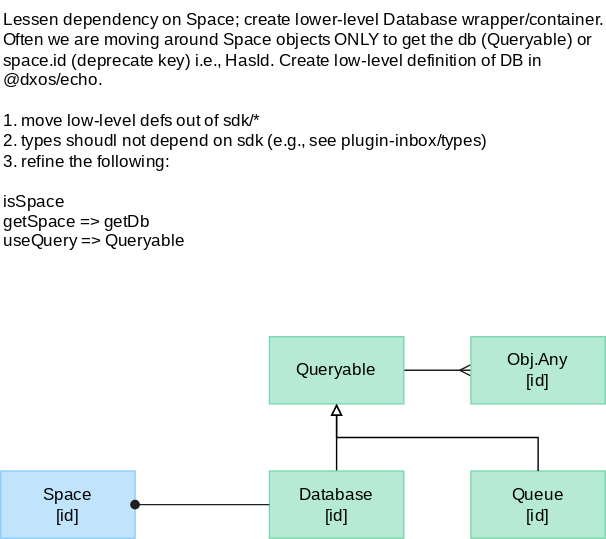
This is packages/core/echo/echo/docs/deps.drawio.svg from dxos/dxos, a draw.io export, as it was before one commit. Source tidied: cells renumbered, new cells last; positions are measured from the earlier drawing's top-left corner, leaving out a move shared by most shapes.
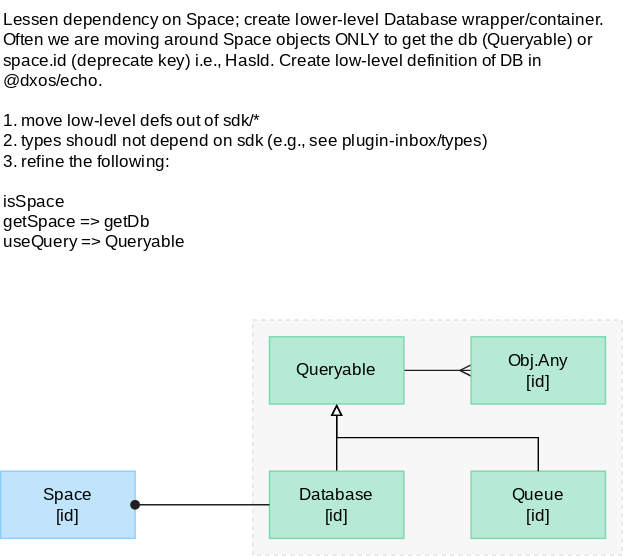
After the change.

Commit message:
docs: add background region to echo architecture diagram

- Add light gray dashed rectangle background to group related components
- Adjust diagram dimensions from 433x385 to 445x397 to accommodate new background element

Diff of the diagram source:
```diff
@@ -2,6 +2,9 @@
   <root>
     <mxCell id="0" />
     <mxCell id="1" parent="0" />
+    <mxCell id="12" style="rounded=0;whiteSpace=wrap;html=1;fillColor=#F7F7F7;strokeColor=#E1E4E6;dashed=1;fontColor=#000000;" parent="1" vertex="1">
+      <mxGeometry x="180" y="228" width="264" height="168" as="geometry" />
+    </mxCell>
     <mxCell id="2" style="edgeStyle=none;html=1;endArrow=ERmany;endFill=0;fillColor=#393C3E;strokeColor=#1E1F20;fontFamily=Space Grotesk;fontSource=https%3A%2F%2Ffonts.googleapis.com%2Fcss%3Ffamily%3DSpace%2BGrotesk;" parent="1" edge="1" source="9" target="7">
       <mxGeometry relative="1" as="geometry" />
     </mxCell>
```
